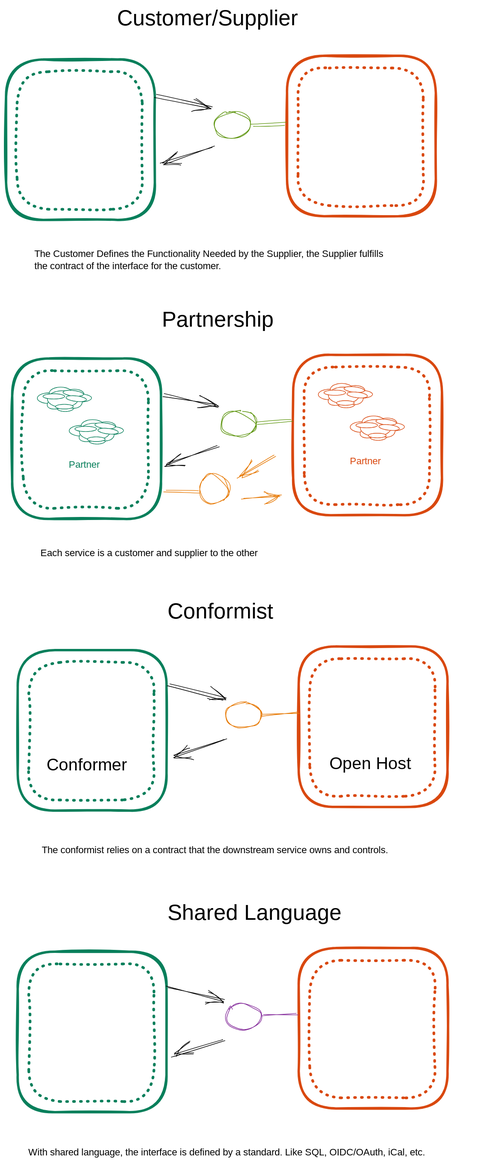
This is notes/partnerships.excalidraw.svg from hypertheory-services/webapicourse-nov-2022, a Excalidraw export, as it was before one commit. Source tidied: one line per element, renumbered; positions are measured from the earlier drawing's top-left corner, leaving out a move shared by most shapes.
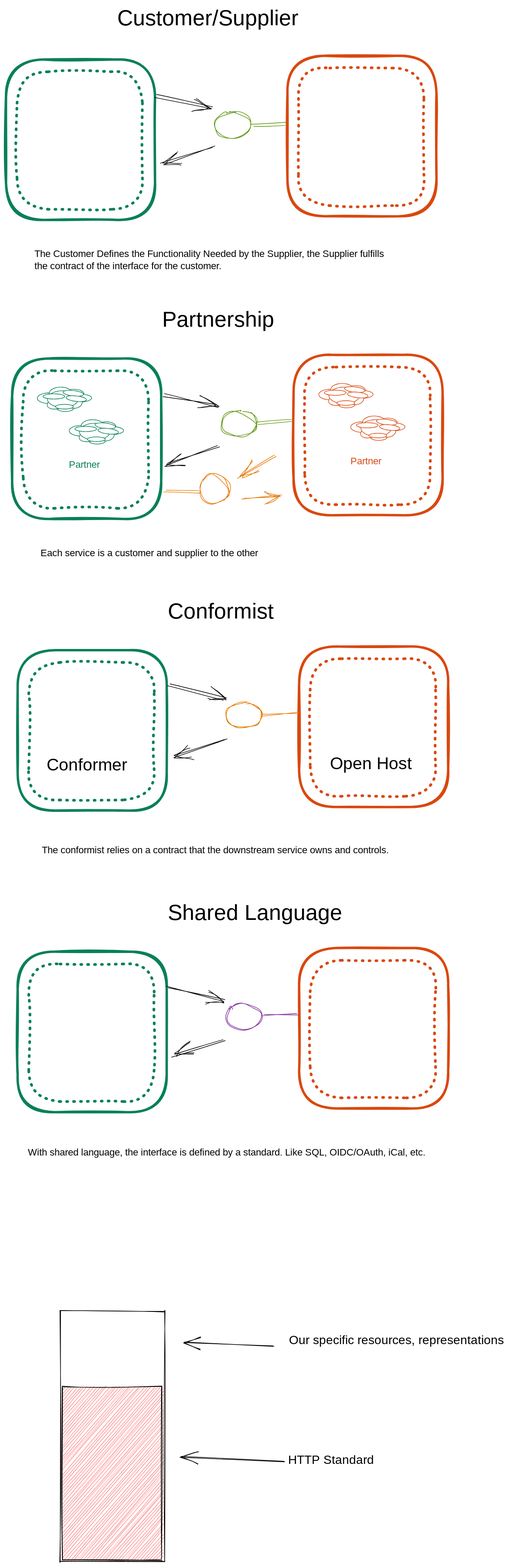
The same diagram one commit later.

Diff of the diagram source:
```diff
@@ -82,7 +82,7 @@
 {"id": 81, "type": "ellipse", "strokeColor": "#e67700", "strokeWidth": 1, "roughness": 2, "x": 367, "y": 1162, "width": 60, "height": 43}
 {"id": 82, "type": "text", "text": "The conformist relies on a contract that the downstream service owns and controls.", "strokeColor": "#000000", "strokeWidth": 1, "roughness": 2, "fontSize": 16, "fontFamily": 1, "x": 60, "y": 1399, "width": 676, "height": 20}
 {"id": 83, "type": "text", "text": "Conformist", "strokeColor": "#000000", "strokeWidth": 1, "roughness": 2, "fontSize": 36, "fontFamily": 1, "x": 269, "y": 989, "width": 185, "height": 45}
-{"id": 84, "type": "text", "text": "Open Host", "strokeColor": "#000000", "strokeWidth": 2, "roughness": 0, "fontSize": 28, "fontFamily": 3, "x": 540, "y": 1246, "width": 150, "height": 34}
+{"id": 84, "type": "text", "text": "Open Host", "strokeColor": "#000000", "strokeWidth": 2, "roughness": 0, "fontSize": 28, "fontFamily": 3, "x": 540, "y": 1246, "width": 150, "height": 33}
 {"id": 85, "type": "rectangle", "strokeColor": "#d9480f", "strokeWidth": 4, "strokeStyle": "dotted", "roughness": 2, "x": 507, "y": 1592, "width": 209, "height": 229}
 {"id": 86, "type": "rectangle", "strokeColor": "#d9480f", "strokeWidth": 4, "roughness": 1, "x": 489, "y": 1571, "width": 248, "height": 268}
 {"id": 87, "type": "rectangle", "strokeColor": "#087f5b", "strokeWidth": 4, "strokeStyle": "dotted", "roughness": 2, "x": 38, "y": 1598, "width": 209, "height": 229}
@@ -93,4 +93,10 @@
 {"id": 92, "type": "ellipse", "strokeColor": "#862e9c", "strokeWidth": 1, "roughness": 2, "x": 367, "y": 1665, "width": 60, "height": 43}
 {"id": 93, "type": "text", "text": "With shared language, the interface is defined by a standard. Like SQL, OIDC/OAuth, iCal, etc.", "strokeColor": "#000000", "strokeWidth": 1, "roughness": 2, "fontSize": 16, "fontFamily": 1, "x": 37, "y": 1903, "width": 766, "height": 20}
 {"id": 94, "type": "text", "text": "Shared Language", "strokeColor": "#000000", "strokeWidth": 1, "roughness": 2, "fontSize": 36, "fontFamily": 1, "x": 269, "y": 1492, "width": 302, "height": 45}
-{"id": 95, "type": "text", "text": "Conformer", "strokeColor": "#000000", "strokeWidth": 2, "roughness": 0, "fontSize": 28, "fontFamily": 3, "x": 68, "y": 1248, "width": 150, "height": 34}
+{"id": 95, "type": "text", "text": "Conformer", "strokeColor": "#000000", "strokeWidth": 2, "roughness": 0, "fontSize": 28, "fontFamily": 3, "x": 68, "y": 1248, "width": 150, "height": 33}
+{"id": 96, "type": "rectangle", "strokeColor": "#000000", "strokeWidth": 1, "roughness": 1, "x": 90, "y": 2177, "width": 174, "height": 419}
+{"id": 97, "type": "rectangle", "strokeColor": "#000000", "backgroundColor": "#fa5252", "fillStyle": "hachure", "strokeWidth": 1, "roughness": 1, "x": 93, "y": 2304, "width": 166, "height": 288}
+{"id": 98, "type": "arrow", "strokeColor": "#000000", "backgroundColor": "#fa5252", "fillStyle": "hachure", "strokeWidth": 1, "roughness": 1, "endArrowhead": "arrow", "to": 97, "x": 463, "y": 2429, "width": 172, "height": 9, "points": [[0, 0], [-172, -9]]}
+{"id": 99, "type": "text", "text": "HTTP Standard", "strokeColor": "#000000", "backgroundColor": "#fa5252", "fillStyle": "hachure", "strokeWidth": 1, "roughness": 1, "fontSize": 20, "fontFamily": 1, "x": 470, "y": 2414, "width": 159, "height": 26}
+{"id": 100, "type": "arrow", "strokeColor": "#000000", "backgroundColor": "#fa5252", "fillStyle": "hachure", "strokeWidth": 1, "roughness": 1, "endArrowhead": "arrow", "x": 447, "y": 2236, "width": 149, "height": 7, "points": [[0, 0], [-149, -7]]}
+{"id": 101, "type": "text", "text": "Our specific resources, representations", "strokeColor": "#000000", "backgroundColor": "#fa5252", "fillStyle": "hachure", "strokeWidth": 1, "roughness": 1, "fontSize": 20, "fontFamily": 1, "x": 471, "y": 2214, "width": 387, "height": 26}
```
